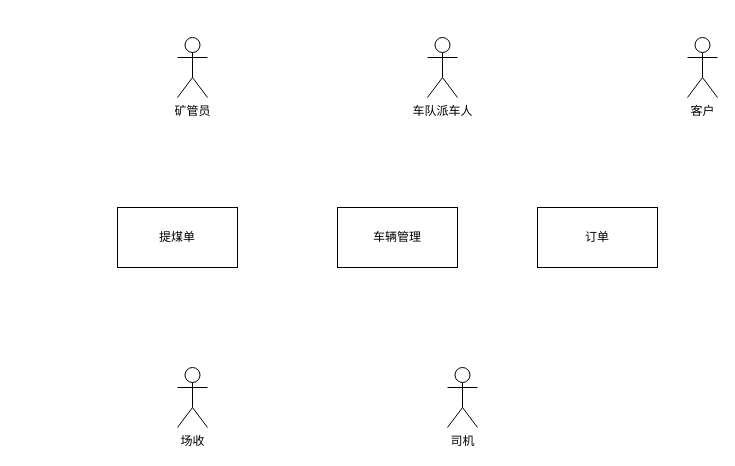
The draw.io diagram 数字站台.drawio in lipeng260/drawio, before the edit. Source tidied: cells renumbered, new cells numbered last; positions are measured from the earlier drawing's top-left corner, leaving out a move shared by most shapes. Both pictures are drawn from the tidied source at 100%, with x=0, y=0 at pixel (117, 37).
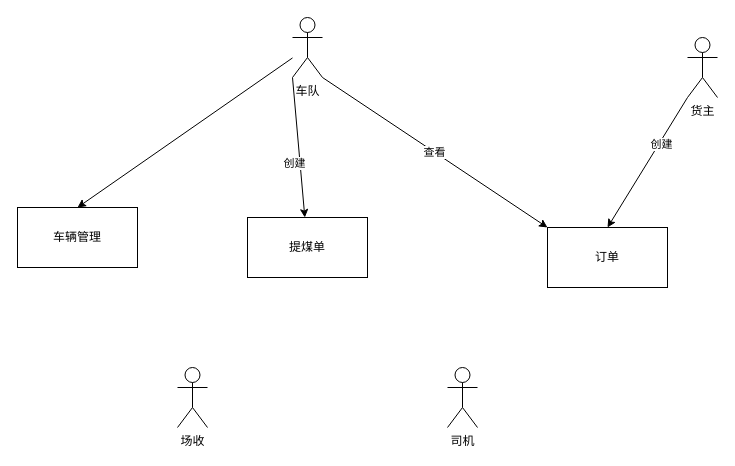
The same page after the edit.

What changed in the source:
```diff
@@
 <mxGraphModel>
   <root>
     <mxCell id="0" />
     <mxCell id="1" parent="0" />
     <mxCell id="2" value="提煤单" style="rounded=0;whiteSpace=wrap;html=1;" parent="1" vertex="1">
-      <mxGeometry y="170" width="120" height="60" as="geometry" />
+      <mxGeometry x="130" y="180" width="120" height="60" as="geometry" />
     </mxCell>
     <mxCell id="3" value="司机" style="shape=umlActor;verticalLabelPosition=bottom;verticalAlign=top;html=1;" parent="1" vertex="1">
       <mxGeometry x="330" y="330" width="30" height="60" as="geometry" />
     </mxCell>
-    <mxCell id="4" value="矿管员" style="shape=umlActor;verticalLabelPosition=bottom;verticalAlign=top;html=1;" parent="1" vertex="1">
-      <mxGeometry x="60" width="30" height="60" as="geometry" />
-    </mxCell>
+    <mxCell id="10" style="edgeStyle=none;rounded=0;jettySize=auto;html=1;entryX=0.5;entryY=0;entryDx=0;entryDy=0;" parent="1" edge="1" source="5" target="6">
+      <mxGeometry relative="1" as="geometry" />
+    </mxCell>
+    <mxCell id="11" value="查看" style="edgeStyle=none;rounded=0;jettySize=auto;html=1;exitX=1;exitY=1;exitDx=0;exitDy=0;exitPerimeter=0;entryX=0;entryY=0;entryDx=0;entryDy=0;" parent="1" edge="1" source="5" target="8">
+      <mxGeometry relative="1" as="geometry" />
+    </mxCell>
+    <mxCell id="12" style="edgeStyle=none;rounded=0;jettySize=auto;html=1;exitX=0;exitY=1;exitDx=0;exitDy=0;exitPerimeter=0;" parent="1" edge="1" source="5" target="2">
+      <mxGeometry relative="1" as="geometry" />
+    </mxCell>
+    <mxCell id="13" value="创建" style="edgeLabel;html=1;align=center;verticalAlign=middle;" parent="12" vertex="1">
+      <mxGeometry x="-0.24" y="-3" relative="1" as="geometry">
+        <mxPoint x="0.1" y="32.9" as="offset" />
+      </mxGeometry>
+    </mxCell>
-    <mxCell id="5" value="车队派车人" style="shape=umlActor;verticalLabelPosition=bottom;verticalAlign=top;html=1;outlineConnect=0;" parent="1" vertex="1">
-      <mxGeometry x="310" width="30" height="60" as="geometry" />
+    <mxCell id="5" value="车队" style="shape=umlActor;verticalLabelPosition=bottom;verticalAlign=top;html=1;outlineConnect=0;" parent="1" vertex="1">
+      <mxGeometry x="175" y="-20" width="30" height="60" as="geometry" />
     </mxCell>
-    <mxCell id="6" value="车辆管理" style="rounded=0;whiteSpace=wrap;html=1;" parent="1" vertex="1">
-      <mxGeometry x="220" y="170" width="120" height="60" as="geometry" />
-    </mxCell>
     <mxCell id="7" value="场收" style="shape=umlActor;verticalLabelPosition=bottom;verticalAlign=top;html=1;" parent="1" vertex="1">
       <mxGeometry x="60" y="330" width="30" height="60" as="geometry" />
     </mxCell>
     <mxCell id="8" value="订单" style="rounded=0;whiteSpace=wrap;html=1;" parent="1" vertex="1">
-      <mxGeometry x="420" y="170" width="120" height="60" as="geometry" />
+      <mxGeometry x="430" y="190" width="120" height="60" as="geometry" />
     </mxCell>
+    <mxCell id="14" style="rounded=0;jettySize=auto;html=1;exitX=0;exitY=1;exitDx=0;exitDy=0;exitPerimeter=0;entryX=0.5;entryY=0;entryDx=0;entryDy=0;" parent="1" edge="1" source="9" target="8">
+      <mxGeometry relative="1" as="geometry" />
+    </mxCell>
+    <mxCell id="15" value="创建" style="edgeLabel;html=1;align=center;verticalAlign=middle;" parent="14" vertex="1">
+      <mxGeometry x="-0.31" y="2" relative="1" as="geometry" />
+    </mxCell>
-    <mxCell id="9" value="客户" style="shape=umlActor;verticalLabelPosition=bottom;verticalAlign=top;html=1;outlineConnect=0;" parent="1" vertex="1">
+    <mxCell id="9" value="货主" style="shape=umlActor;verticalLabelPosition=bottom;verticalAlign=top;html=1;outlineConnect=0;" parent="1" vertex="1">
       <mxGeometry x="570" width="30" height="60" as="geometry" />
     </mxCell>
+    <mxCell id="6" value="车辆管理" style="rounded=0;whiteSpace=wrap;html=1;" parent="1" vertex="1">
+      <mxGeometry x="-100" y="170" width="120" height="60" as="geometry" />
+    </mxCell>
   </root>
 </mxGraphModel>
```
